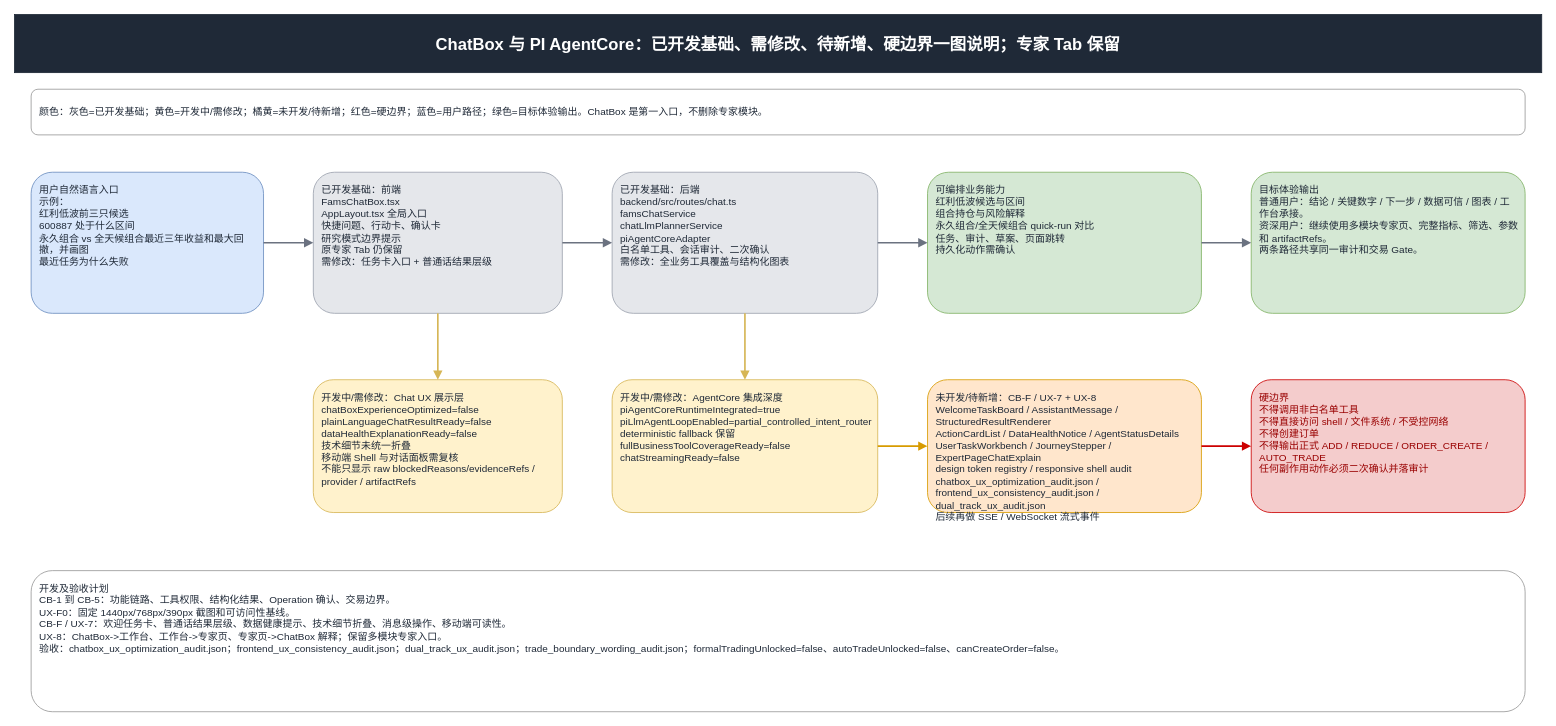
Above: page "08 ChatBox 与 AgentCore 业务入口" (8 of 8) of docs/target-architecture-gap.drawio in ljx418/FAMS (draw.io), before the change. Source tidied: cells renumbered, new cells numbered last; positions are measured from the earlier drawing's top-left corner, leaving out a move shared by most shapes. Both pictures are drawn from the tidied source at 83%, with x=0, y=0 at pixel (14, 14).
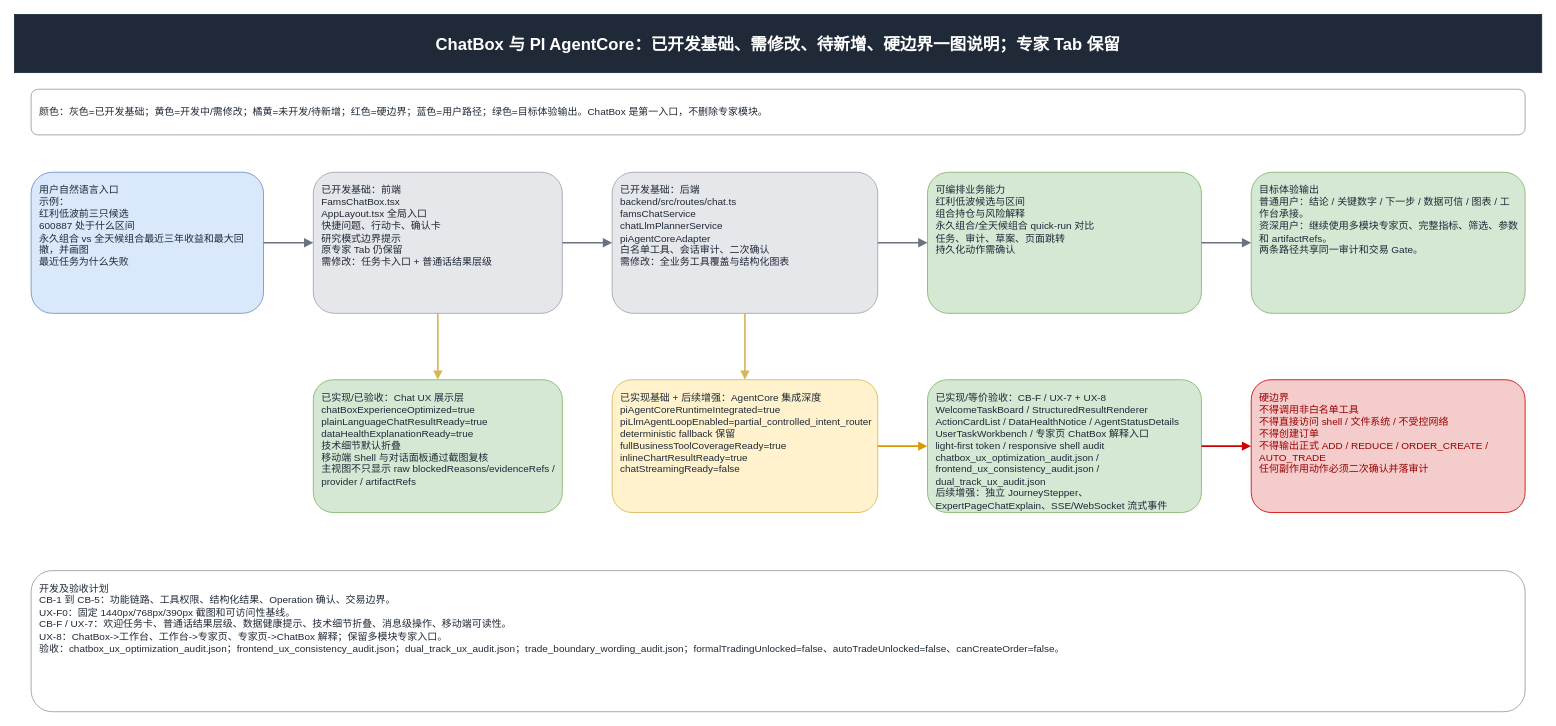
After the change.

The edit, as a diff of the source:
```diff
@@
-    <mxCell id="9" value="开发中/需修改：Chat UX 展示层&#10;chatBoxExperienceOptimized=false&#10;plainLanguageChatResultReady=false&#10;dataHealthExplanationReady=false&#10;技术细节未统一折叠&#10;移动端 Shell 与对话面板需复核&#10;不能只显示 raw blockedReasons/evidenceRefs / provider / artifactRefs" style="rounded=1;whiteSpace=wrap;html=1;spacing=10;fontSize=12;align=left;verticalAlign=top;fillColor=#fff2cc;strokeColor=#d6b656;fontColor=#1f2937;" parent="1" vertex="1">
+    <mxCell id="9" value="已实现/已验收：Chat UX 展示层&#10;chatBoxExperienceOptimized=true&#10;plainLanguageChatResultReady=true&#10;dataHealthExplanationReady=true&#10;技术细节默认折叠&#10;移动端 Shell 与对话面板通过截图复核&#10;主视图不只显示 raw blockedReasons/evidenceRefs / provider / artifactRefs" style="rounded=1;whiteSpace=wrap;html=1;spacing=10;fontSize=12;align=left;verticalAlign=top;fillColor=#d5e8d4;strokeColor=#82b366;fontColor=#1f2937;" parent="1" vertex="1">
       <mxGeometry x="360" y="440" width="300" height="160" as="geometry" />
     </mxCell>
-    <mxCell id="10" value="开发中/需修改：AgentCore 集成深度&#10;piAgentCoreRuntimeIntegrated=true&#10;piLlmAgentLoopEnabled=partial_controlled_intent_router&#10;deterministic fallback 保留&#10;fullBusinessToolCoverageReady=false&#10;chatStreamingReady=false" style="rounded=1;whiteSpace=wrap;html=1;spacing=10;fontSize=12;align=left;verticalAlign=top;fillColor=#fff2cc;strokeColor=#d6b656;fontColor=#1f2937;" parent="1" vertex="1">
+    <mxCell id="10" value="已实现基础 + 后续增强：AgentCore 集成深度&#10;piAgentCoreRuntimeIntegrated=true&#10;piLlmAgentLoopEnabled=partial_controlled_intent_router&#10;deterministic fallback 保留&#10;fullBusinessToolCoverageReady=true&#10;inlineChartResultReady=true&#10;chatStreamingReady=false" style="rounded=1;whiteSpace=wrap;html=1;spacing=10;fontSize=12;align=left;verticalAlign=top;fillColor=#fff2cc;strokeColor=#d6b656;fontColor=#1f2937;" parent="1" vertex="1">
       <mxGeometry x="720" y="440" width="320" height="160" as="geometry" />
     </mxCell>
-    <mxCell id="11" value="未开发/待新增：CB-F / UX-7 + UX-8&#10;WelcomeTaskBoard / AssistantMessage / StructuredResultRenderer&#10;ActionCardList / DataHealthNotice / AgentStatusDetails&#10;UserTaskWorkbench / JourneyStepper / ExpertPageChatExplain&#10;design token registry / responsive shell audit&#10;chatbox_ux_optimization_audit.json / frontend_ux_consistency_audit.json / dual_track_ux_audit.json&#10;后续再做 SSE / WebSocket 流式事件" style="rounded=1;whiteSpace=wrap;html=1;spacing=10;fontSize=12;align=left;verticalAlign=top;fillColor=#ffe6cc;strokeColor=#d79b00;fontColor=#1f2937;" parent="1" vertex="1">
+    <mxCell id="11" value="已实现/等价验收：CB-F / UX-7 + UX-8&#10;WelcomeTaskBoard / StructuredResultRenderer&#10;ActionCardList / DataHealthNotice / AgentStatusDetails&#10;UserTaskWorkbench / 专家页 ChatBox 解释入口&#10;light-first token / responsive shell audit&#10;chatbox_ux_optimization_audit.json / frontend_ux_consistency_audit.json / dual_track_ux_audit.json&#10;后续增强：独立 JourneyStepper、ExpertPageChatExplain、SSE/WebSocket 流式事件" style="rounded=1;whiteSpace=wrap;html=1;spacing=10;fontSize=12;align=left;verticalAlign=top;fillColor=#d5e8d4;strokeColor=#82b366;fontColor=#1f2937;" parent="1" vertex="1">
       <mxGeometry x="1100" y="440" width="330" height="160" as="geometry" />
     </mxCell>
```
